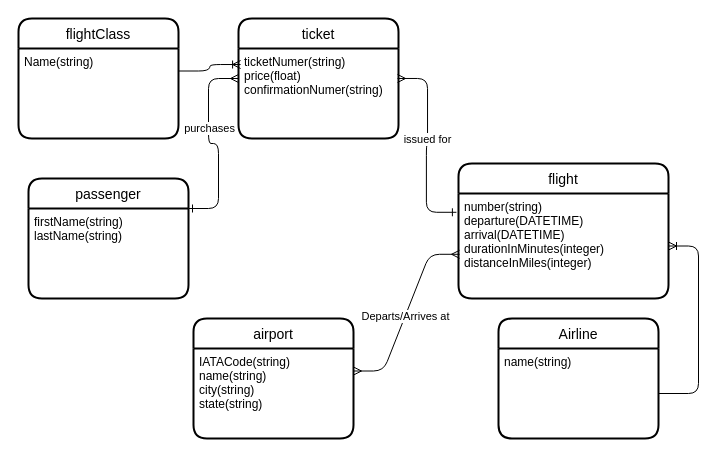
The draw.io diagram flight_booking.drawio in bituritesh/DB-modelling, before the edit. Source tidied: cells renumbered, new cells numbered last; positions are measured from the earlier drawing's top-left corner, leaving out a move shared by most shapes. Both pictures are drawn from the tidied source at 100%, with x=0, y=0 at pixel (18, 18).
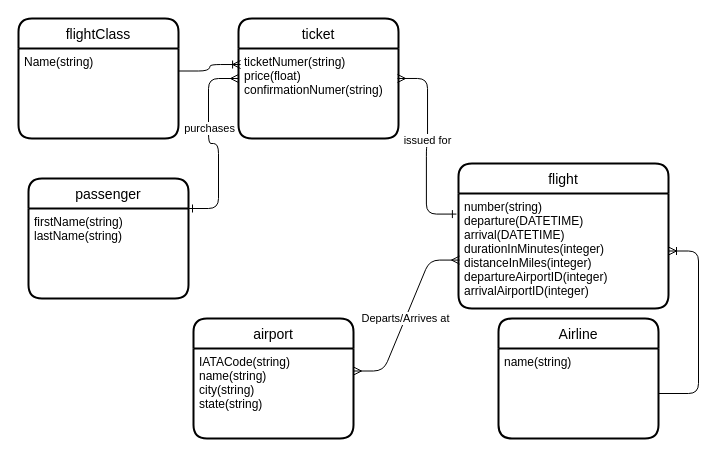
The same diagram, later.

The edit, as a diff of the source:
```diff
@@
     <mxCell id="4" value="flight" style="swimlane;horizontal=1;startSize=30;rounded=1;fontSize=14;fontStyle=0;strokeWidth=2;shadow=0;dashed=0;align=center;" parent="1" vertex="1">
-      <mxGeometry x="440" y="145" width="210" height="135" as="geometry" />
+      <mxGeometry x="440" y="145" width="210" height="145" as="geometry" />
     </mxCell>
-    <mxCell id="5" value="number(string)&#10;departure(DATETIME)&#10;arrival(DATETIME)&#10;durationInMinutes(integer)&#10;distanceInMiles(integer)&#10;" style="align=left;strokeColor=none;fillColor=none;spacingLeft=4;fontSize=12;verticalAlign=top;" parent="4" vertex="1">
-      <mxGeometry y="30" width="210" height="105" as="geometry" />
+    <mxCell id="5" value="number(string)&#10;departure(DATETIME)&#10;arrival(DATETIME)&#10;durationInMinutes(integer)&#10;distanceInMiles(integer)&#10;departureAirportID(integer)&#10;arrivalAirportID(integer)&#10;" style="align=left;strokeColor=none;fillColor=none;spacingLeft=4;fontSize=12;verticalAlign=top;" parent="4" vertex="1">
+      <mxGeometry y="30" width="210" height="115" as="geometry" />
     </mxCell>
```
